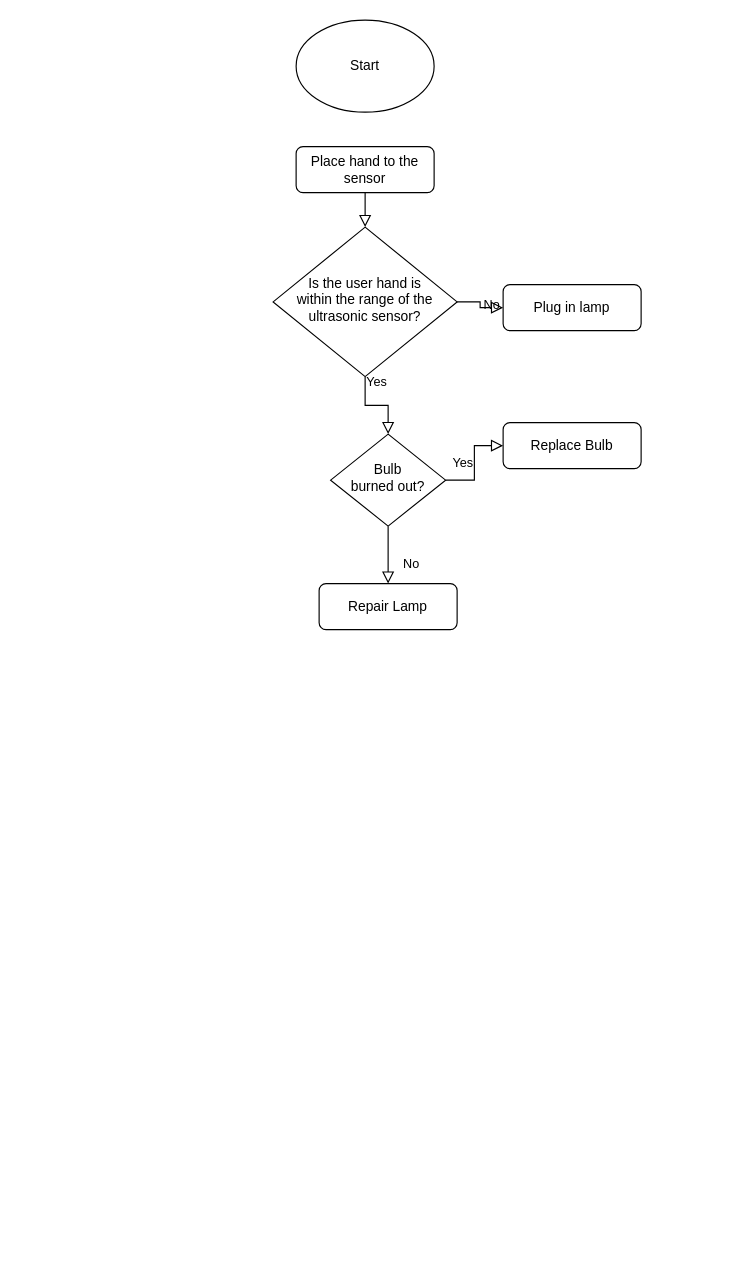
The draw.io diagram Untitled Diagram.drawio in KurTech02/ForWebsitepractice, before the edit. Source tidied: cells renumbered, new cells numbered last; positions are measured from the earlier drawing's top-left corner, leaving out a move shared by most shapes. Both pictures are drawn from the tidied source at 115%, with x=0, y=0 at pixel (273, 20).
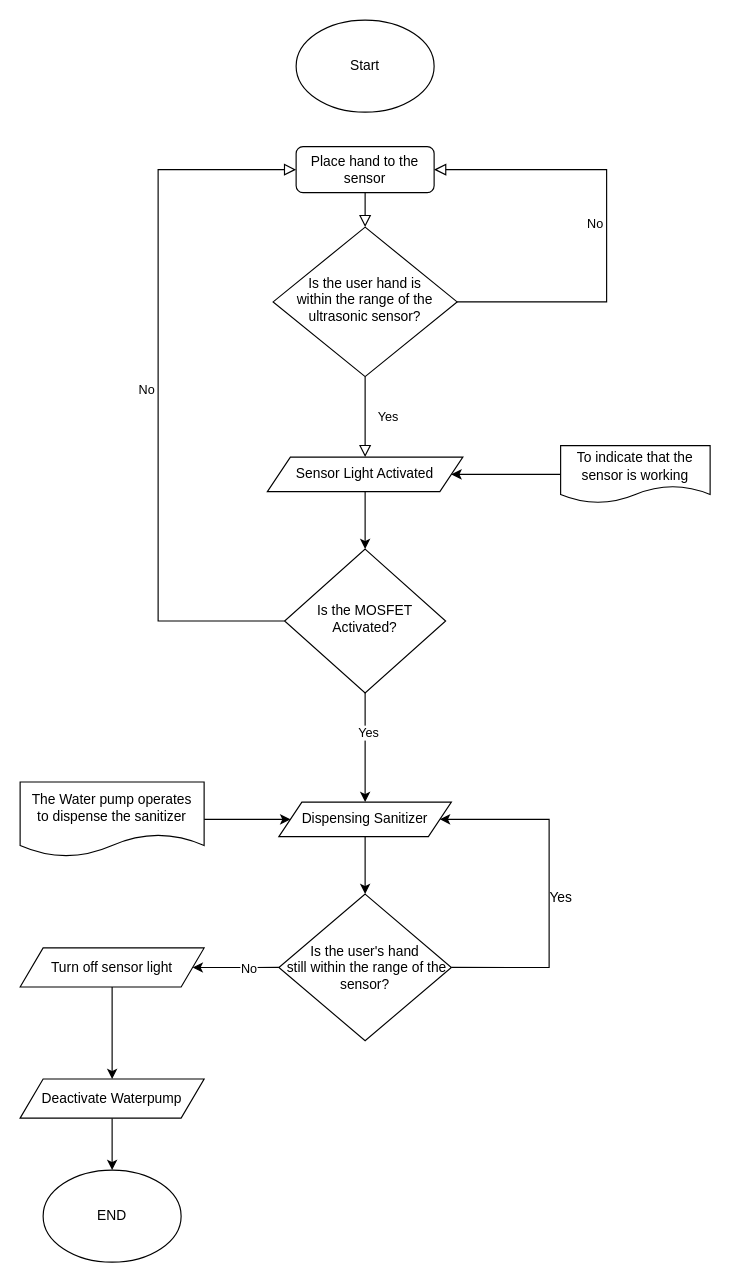
The same page after the edit.

Unchanged cells that the change refers to:
```xml
<mxCell id="3" value="Place hand to the sensor" style="rounded=1;whiteSpace=wrap;html=1;fontSize=12;glass=0;strokeWidth=1;shadow=0;" parent="1" vertex="1">
  <mxGeometry x="20" y="110" width="120" height="40" as="geometry" />
</mxCell>
<mxCell id="6" value="Is the user hand is &lt;br&gt;within the range of the ultrasonic sensor?" style="rhombus;whiteSpace=wrap;html=1;shadow=0;fontFamily=Helvetica;fontSize=12;align=center;strokeWidth=1;spacing=6;spacingTop=-4;" parent="1" vertex="1">
  <mxGeometry y="180" width="160" height="130" as="geometry" />
</mxCell>
```

Change to the diagram source:
```diff
@@
-    <mxCell id="4" value="Yes" style="rounded=0;html=1;jettySize=auto;fontSize=11;endArrow=block;endFill=0;endSize=8;strokeWidth=1;shadow=0;labelBackgroundColor=none;edgeStyle=orthogonalEdgeStyle;" parent="1" edge="1" source="6" target="10">
-      <mxGeometry y="20" relative="1" as="geometry" />
+    <mxCell id="4" value="Yes" style="rounded=0;html=1;jettySize=auto;fontSize=11;endArrow=block;endFill=0;endSize=8;strokeWidth=1;shadow=0;labelBackgroundColor=none;edgeStyle=orthogonalEdgeStyle;entryX=0.5;entryY=0;entryDx=0;entryDy=0;" parent="1" edge="1" source="6" target="17">
+      <mxGeometry y="20" relative="1" as="geometry">
+        <Array as="points">
+          <mxPoint x="80" y="370" />
+          <mxPoint x="80" y="370" />
+        </Array>
+      </mxGeometry>
     </mxCell>
-    <mxCell id="5" value="No" style="edgeStyle=orthogonalEdgeStyle;rounded=0;html=1;jettySize=auto;fontSize=11;endArrow=block;endFill=0;endSize=8;strokeWidth=1;shadow=0;labelBackgroundColor=none;" parent="1" edge="1" source="6" target="7">
-      <mxGeometry y="10" relative="1" as="geometry" />
+    <mxCell id="5" value="No" style="edgeStyle=orthogonalEdgeStyle;rounded=0;html=1;jettySize=auto;fontSize=11;endArrow=block;endFill=0;endSize=8;strokeWidth=1;shadow=0;labelBackgroundColor=none;entryX=1;entryY=0.5;entryDx=0;entryDy=0;" parent="1" edge="1" source="6" target="3">
+      <mxGeometry y="10" relative="1" as="geometry">
+        <Array as="points">
+          <mxPoint x="290" y="245" />
+          <mxPoint x="290" y="130" />
+        </Array>
+      </mxGeometry>
     </mxCell>
@@
-    <mxCell id="7" value="Plug in lamp" style="rounded=1;whiteSpace=wrap;html=1;fontSize=12;glass=0;strokeWidth=1;shadow=0;" parent="1" vertex="1">
-      <mxGeometry x="200" y="230" width="120" height="40" as="geometry" />
-    </mxCell>
+    <mxCell id="9" value="No" style="edgeStyle=orthogonalEdgeStyle;rounded=0;html=1;jettySize=auto;fontSize=11;endArrow=block;endFill=0;endSize=8;strokeWidth=1;shadow=0;labelBackgroundColor=none;entryX=0;entryY=0.5;entryDx=0;entryDy=0;" parent="1" edge="1" source="10" target="3">
+      <mxGeometry y="10" relative="1" as="geometry">
+        <Array as="points">
+          <mxPoint x="-100" y="523" />
+          <mxPoint x="-100" y="130" />
+        </Array>
+      </mxGeometry>
+    </mxCell>
+    <mxCell id="14" style="edgeStyle=orthogonalEdgeStyle;rounded=0;jettySize=auto;html=1;exitX=0.5;exitY=1;exitDx=0;exitDy=0;" parent="1" edge="1" source="10" target="19">
+      <mxGeometry relative="1" as="geometry" />
+    </mxCell>
+    <mxCell id="15" value="Yes" style="edgeLabel;html=1;align=center;verticalAlign=middle;" parent="14" vertex="1">
+      <mxGeometry x="-0.29" y="2" relative="1" as="geometry" />
+    </mxCell>
+    <mxCell id="10" value="Is the MOSFET Activated?" style="rhombus;whiteSpace=wrap;html=1;shadow=0;fontFamily=Helvetica;fontSize=12;align=center;strokeWidth=1;spacing=6;spacingTop=-4;" parent="1" vertex="1">
+      <mxGeometry x="10" y="460" width="140" height="125" as="geometry" />
+    </mxCell>
+    <mxCell id="13" value="Start" style="ellipse;whiteSpace=wrap;html=1;" parent="1" vertex="1">
+      <mxGeometry x="20" width="120" height="80" as="geometry" />
+    </mxCell>
+    <mxCell id="16" style="edgeStyle=orthogonalEdgeStyle;rounded=0;jettySize=auto;html=1;exitX=0.5;exitY=1;exitDx=0;exitDy=0;entryX=0.5;entryY=0;entryDx=0;entryDy=0;" parent="1" edge="1" source="17" target="10">
+      <mxGeometry relative="1" as="geometry" />
+    </mxCell>
+    <mxCell id="17" value="Sensor Light Activated" style="shape=parallelogram;perimeter=parallelogramPerimeter;whiteSpace=wrap;html=1;fixedSize=1;" parent="1" vertex="1">
+      <mxGeometry x="-5" y="380" width="170" height="30" as="geometry" />
+    </mxCell>
+    <mxCell id="18" style="edgeStyle=orthogonalEdgeStyle;rounded=0;jettySize=auto;html=1;exitX=0.5;exitY=1;exitDx=0;exitDy=0;entryX=0.5;entryY=0;entryDx=0;entryDy=0;" parent="1" edge="1" source="19" target="24">
+      <mxGeometry relative="1" as="geometry" />
+    </mxCell>
+    <mxCell id="19" value="Dispensing Sanitizer" style="shape=parallelogram;perimeter=parallelogramPerimeter;whiteSpace=wrap;html=1;fixedSize=1;" parent="1" vertex="1">
+      <mxGeometry x="5" y="680" width="150" height="30" as="geometry" />
+    </mxCell>
+    <mxCell id="20" style="edgeStyle=orthogonalEdgeStyle;rounded=0;jettySize=auto;html=1;exitX=0;exitY=0.5;exitDx=0;exitDy=0;" parent="1" edge="1" source="21" target="17">
+      <mxGeometry relative="1" as="geometry" />
+    </mxCell>
+    <mxCell id="21" value="To indicate that the sensor is working" style="shape=document;whiteSpace=wrap;html=1;boundedLbl=1;" parent="1" vertex="1">
+      <mxGeometry x="250" y="370" width="130" height="50" as="geometry" />
+    </mxCell>
+    <mxCell id="22" style="edgeStyle=orthogonalEdgeStyle;rounded=0;jettySize=auto;html=1;exitX=1;exitY=0.5;exitDx=0;exitDy=0;entryX=1;entryY=0.5;entryDx=0;entryDy=0;" parent="1" edge="1" source="24" target="19">
+      <mxGeometry relative="1" as="geometry">
+        <Array as="points">
+          <mxPoint x="240" y="824" />
+          <mxPoint x="240" y="695" />
+        </Array>
+      </mxGeometry>
+    </mxCell>
+    <mxCell id="23" style="edgeStyle=orthogonalEdgeStyle;rounded=0;jettySize=auto;html=1;exitX=0;exitY=0.5;exitDx=0;exitDy=0;entryX=1;entryY=0.5;entryDx=0;entryDy=0;" parent="1" edge="1" source="24" target="27">
+      <mxGeometry relative="1" as="geometry" />
+    </mxCell>
-    <mxCell id="8" value="No" style="rounded=0;html=1;jettySize=auto;fontSize=11;endArrow=block;endFill=0;endSize=8;strokeWidth=1;shadow=0;labelBackgroundColor=none;edgeStyle=orthogonalEdgeStyle;" parent="1" edge="1" source="10" target="11">
-      <mxGeometry x="0.33" y="20" relative="1" as="geometry" />
+    <mxCell id="8" value="No" style="edgeLabel;html=1;align=center;verticalAlign=middle;" parent="23" vertex="1">
+      <mxGeometry x="-0.28" y="1" relative="1" as="geometry" />
     </mxCell>
-    <mxCell id="9" value="Yes" style="edgeStyle=orthogonalEdgeStyle;rounded=0;html=1;jettySize=auto;fontSize=11;endArrow=block;endFill=0;endSize=8;strokeWidth=1;shadow=0;labelBackgroundColor=none;" parent="1" edge="1" source="10" target="12">
-      <mxGeometry y="10" relative="1" as="geometry" />
-    </mxCell>
-    <mxCell id="10" value="Bulb&lt;br&gt;burned out?" style="rhombus;whiteSpace=wrap;html=1;shadow=0;fontFamily=Helvetica;fontSize=12;align=center;strokeWidth=1;spacing=6;spacingTop=-4;" parent="1" vertex="1">
-      <mxGeometry x="50" y="360" width="100" height="80" as="geometry" />
-    </mxCell>
-    <mxCell id="11" value="Repair Lamp" style="rounded=1;whiteSpace=wrap;html=1;fontSize=12;glass=0;strokeWidth=1;shadow=0;" parent="1" vertex="1">
-      <mxGeometry x="40" y="490" width="120" height="40" as="geometry" />
-    </mxCell>
-    <mxCell id="12" value="Replace Bulb" style="rounded=1;whiteSpace=wrap;html=1;fontSize=12;glass=0;strokeWidth=1;shadow=0;" parent="1" vertex="1">
-      <mxGeometry x="200" y="350" width="120" height="40" as="geometry" />
-    </mxCell>
-    <mxCell id="13" value="Start" style="ellipse;whiteSpace=wrap;html=1;" parent="1" vertex="1">
-      <mxGeometry x="20" width="120" height="80" as="geometry" />
-    </mxCell>
+    <mxCell id="24" value="Is the user's hand&lt;br&gt;&amp;nbsp;still within the range of the sensor?" style="rhombus;whiteSpace=wrap;html=1;" parent="1" vertex="1">
+      <mxGeometry x="5" y="760" width="150" height="127.5" as="geometry" />
+    </mxCell>
+    <mxCell id="25" value="Yes" style="text;html=1;align=center;verticalAlign=middle;strokeColor=none;fillColor=none;" parent="1" vertex="1">
+      <mxGeometry x="230" y="748" width="40" height="30" as="geometry" />
+    </mxCell>
+    <mxCell id="26" style="edgeStyle=orthogonalEdgeStyle;rounded=0;jettySize=auto;html=1;" parent="1" edge="1" source="27" target="29">
+      <mxGeometry relative="1" as="geometry" />
+    </mxCell>
+    <mxCell id="27" value="Turn off sensor light" style="shape=parallelogram;perimeter=parallelogramPerimeter;whiteSpace=wrap;html=1;fixedSize=1;" parent="1" vertex="1">
+      <mxGeometry x="-220" y="806.8" width="160" height="34" as="geometry" />
+    </mxCell>
+    <mxCell id="28" style="edgeStyle=orthogonalEdgeStyle;rounded=0;jettySize=auto;html=1;exitX=0.5;exitY=1;exitDx=0;exitDy=0;entryX=0.5;entryY=0;entryDx=0;entryDy=0;" parent="1" edge="1" source="29" target="32">
+      <mxGeometry relative="1" as="geometry" />
+    </mxCell>
+    <mxCell id="29" value="Deactivate Waterpump" style="shape=parallelogram;perimeter=parallelogramPerimeter;whiteSpace=wrap;html=1;fixedSize=1;" parent="1" vertex="1">
+      <mxGeometry x="-220" y="920.8" width="160" height="34" as="geometry" />
+    </mxCell>
+    <mxCell id="30" style="edgeStyle=orthogonalEdgeStyle;rounded=0;jettySize=auto;html=1;exitX=1;exitY=0.5;exitDx=0;exitDy=0;entryX=0;entryY=0.5;entryDx=0;entryDy=0;" parent="1" edge="1" source="31" target="19">
+      <mxGeometry relative="1" as="geometry" />
+    </mxCell>
+    <mxCell id="31" value="The Water pump operates&lt;br&gt;to dispense the sanitizer" style="shape=document;whiteSpace=wrap;html=1;boundedLbl=1;" parent="1" vertex="1">
+      <mxGeometry x="-220" y="662.5" width="160" height="65" as="geometry" />
+    </mxCell>
+    <mxCell id="32" value="END" style="ellipse;whiteSpace=wrap;html=1;" parent="1" vertex="1">
+      <mxGeometry x="-200" y="1000" width="120" height="80" as="geometry" />
+    </mxCell>
```
